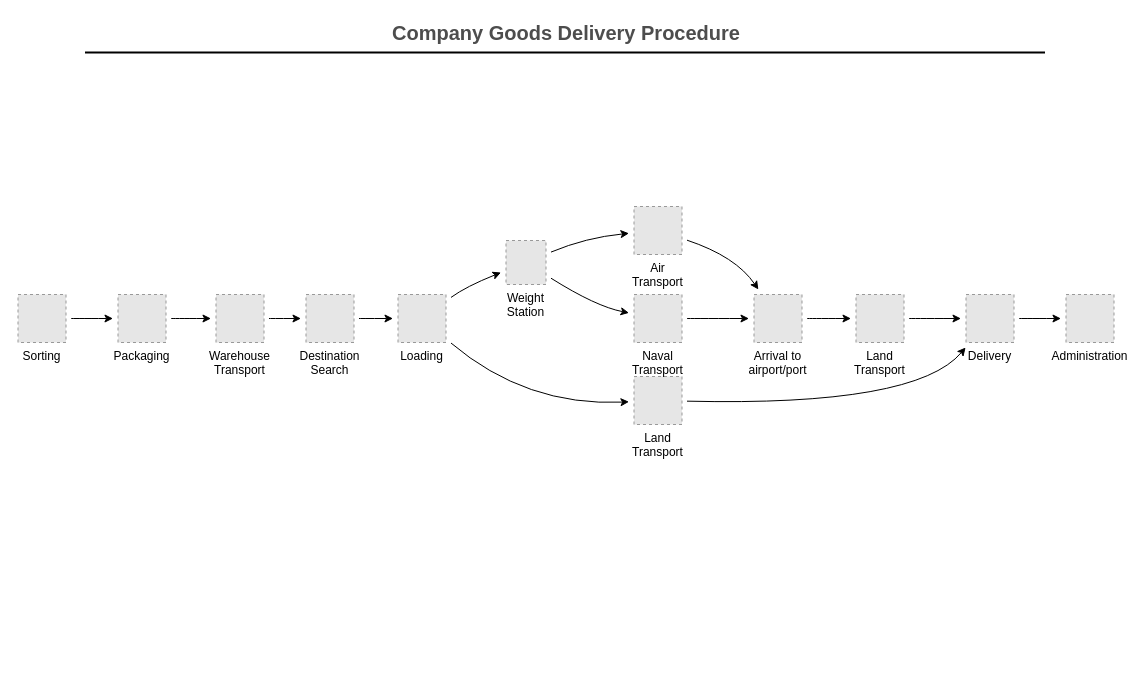
Above: resumen proyecto.drawio in lilitoones/ejercicios-open-bootcamp (draw.io), before the change. Source tidied: cells renumbered, new cells numbered last; positions are measured from the earlier drawing's top-left corner, leaving out a move shared by most shapes. Both pictures are drawn from the tidied source at 100%, with x=0, y=0 at pixel (17, 17). Pictures stored in the file or linked from it are replaced by grey dashed boxes.
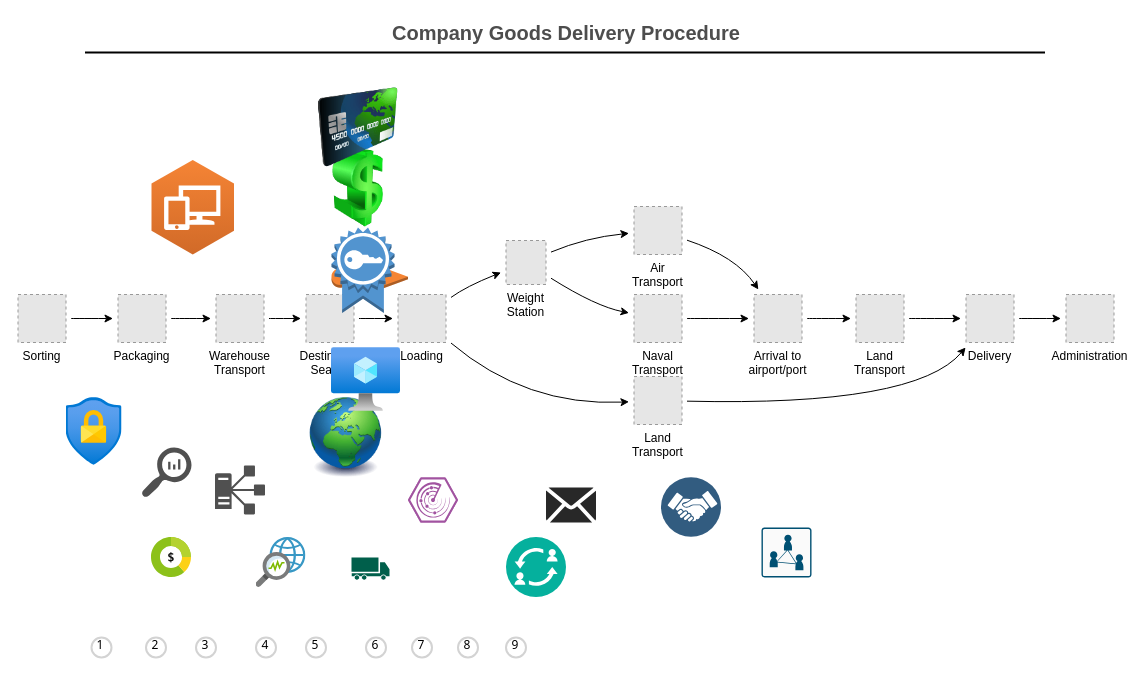
After the change.

Change to the diagram source:
```diff
@@
+    <mxCell id="31" style="image;html=1;image=img/lib/clip_art/finance/Dollar_128x128.png;" parent="1" vertex="1">
+      <mxGeometry x="300.5" y="130" width="80" height="80" as="geometry" />
+    </mxCell>
+    <mxCell id="32" style="image;html=1;image=img/lib/clip_art/finance/Credit_Card_128x128.png;" parent="1" vertex="1">
+      <mxGeometry x="300.5" y="70" width="80" height="80" as="geometry" />
+    </mxCell>
+    <mxCell id="33" style="image;html=1;image=img/lib/clip_art/general/Earth_globe_128x128.png;" parent="1" vertex="1">
+      <mxGeometry x="288.5" y="380" width="80" height="80" as="geometry" />
+    </mxCell>
+    <mxCell id="34" style="dashed=0;verticalLabelPosition=bottom;verticalAlign=top;align=center;html=1;shape=mxgraph.aws3.elastic_ip;fillColor=#F58534;gradientColor=none;" parent="1" vertex="1">
+      <mxGeometry x="314" y="250" width="76.5" height="21" as="geometry" />
+    </mxCell>
+    <mxCell id="35" style="dashed=0;verticalLabelPosition=bottom;verticalAlign=top;align=center;html=1;shape=mxgraph.aws3.workspaces;fillColor=#D16A28;gradientColor=#F58435;gradientDirection=north;" parent="1" vertex="1">
+      <mxGeometry x="134" y="142.5" width="82.5" height="94.5" as="geometry" />
+    </mxCell>
+    <mxCell id="36" style="dashed=0;verticalLabelPosition=bottom;verticalAlign=top;align=center;html=1;shape=mxgraph.aws3.certificate;fillColor=#5294CF;gradientColor=none;" parent="1" vertex="1">
+      <mxGeometry x="314" y="210" width="63" height="85.5" as="geometry" />
+    </mxCell>
+    <mxCell id="37" style="html=1;align=center;image;fontSize=12;image=img/lib/azure2/compute/Virtual_Machine.svg;" parent="1" vertex="1">
+      <mxGeometry x="314" y="330" width="69" height="64" as="geometry" />
+    </mxCell>
+    <mxCell id="38" style="html=1;align=center;image;fontSize=12;image=img/lib/azure2/security/Conditional_Access.svg;" parent="1" vertex="1">
+      <mxGeometry x="48.5" y="380" width="56" height="68" as="geometry" />
+    </mxCell>
+    <mxCell id="39" style="sketch=0;shadow=0;dashed=0;html=1;strokeColor=none;labelPosition=center;verticalLabelPosition=bottom;verticalAlign=top;align=center;fillColor=#505050;shape=mxgraph.mscae.oms.log_search;" parent="1" vertex="1">
+      <mxGeometry x="124" y="430" width="50" height="50" as="geometry" />
+    </mxCell>
+    <mxCell id="40" style="sketch=0;shadow=0;dashed=0;html=1;strokeColor=none;labelPosition=center;verticalLabelPosition=bottom;verticalAlign=top;align=center;fillColor=#505050;shape=mxgraph.mscae.oms.dependency_monitor;" parent="1" vertex="1">
+      <mxGeometry x="197.5" y="448" width="50" height="49" as="geometry" />
+    </mxCell>
+    <mxCell id="41" style="sketch=0;html=1;align=center;image;fontSize=12;image=img/lib/mscae/BillingHub.svg;" parent="1" vertex="1">
+      <mxGeometry x="134" y="520" width="40" height="40" as="geometry" />
+    </mxCell>
+    <mxCell id="42" style="sketch=0;html=1;align=center;image;fontSize=12;image=img/lib/mscae/Network_watcher.svg;" parent="1" vertex="1">
+      <mxGeometry x="238.5" y="520" width="50" height="50" as="geometry" />
+    </mxCell>
+    <mxCell id="43" style="sketch=0;verticalLabelPosition=bottom;html=1;verticalAlign=top;align=center;shape=mxgraph.cisco19.rect;prIcon=multipoint_meeting_server;fillColor=#FAFAFA;strokeColor=#005073;" parent="1" vertex="1">
+      <mxGeometry x="744" y="510" width="50" height="50" as="geometry" />
+    </mxCell>
+    <mxCell id="44" style="verticalLabelPosition=bottom;sketch=0;html=1;fillColor=#A153A0;strokeColor=#ffffff;verticalAlign=top;align=center;shape=mxgraph.cisco_safe.compositeIcon;bgIcon=mxgraph.cisco_safe.design.blank_device;resIcon=mxgraph.cisco_safe.design.tetration_agent;" parent="1" vertex="1">
+      <mxGeometry x="390.5" y="460" width="50" height="45" as="geometry" />
+    </mxCell>
+    <mxCell id="45" style="verticalLabelPosition=bottom;sketch=0;html=1;fillColor=#282828;strokeColor=none;verticalAlign=top;align=center;shape=mxgraph.cisco_safe.iot_things_icons.icon34;" parent="1" vertex="1">
+      <mxGeometry x="528.5" y="470" width="50" height="35" as="geometry" />
+    </mxCell>
+    <mxCell id="46" style="perimeter=ellipsePerimeter;html=1;align=center;shadow=0;dashed=0;fontColor=#4277BB;labelBackgroundColor=#ffffff;fontSize=12;spacingTop=3;image;image=img/lib/ibm/blockchain/membership_services_provider_api.svg;" parent="1" vertex="1">
+      <mxGeometry x="644" y="460" width="60" height="60" as="geometry" />
+    </mxCell>
+    <mxCell id="47" style="perimeter=ellipsePerimeter;html=1;align=center;shadow=0;dashed=0;fontColor=#4277BB;labelBackgroundColor=#ffffff;fontSize=12;spacingTop=3;image;image=img/lib/ibm/blockchain/transaction_manager.svg;" parent="1" vertex="1">
+      <mxGeometry x="489" y="520" width="60" height="60" as="geometry" />
+    </mxCell>
+    <mxCell id="48" value="1" style="ellipse;whiteSpace=wrap;html=1;strokeWidth=2;fontFamily=Tahoma;spacingBottom=4;spacingRight=2;strokeColor=#d3d3d3;" parent="1" vertex="1">
+      <mxGeometry x="74" y="620" width="20" height="20" as="geometry" />
+    </mxCell>
+    <mxCell id="49" value="2" style="ellipse;whiteSpace=wrap;html=1;strokeWidth=2;fontFamily=Tahoma;spacingBottom=4;spacingRight=2;strokeColor=#d3d3d3;" parent="1" vertex="1">
+      <mxGeometry x="128.5" y="620" width="20" height="20" as="geometry" />
+    </mxCell>
+    <mxCell id="50" value="3" style="ellipse;whiteSpace=wrap;html=1;strokeWidth=2;fontFamily=Tahoma;spacingBottom=4;spacingRight=2;strokeColor=#d3d3d3;" parent="1" vertex="1">
+      <mxGeometry x="178.5" y="620" width="20" height="20" as="geometry" />
+    </mxCell>
+    <mxCell id="51" value="4" style="ellipse;whiteSpace=wrap;html=1;strokeWidth=2;fontFamily=Tahoma;spacingBottom=4;spacingRight=2;strokeColor=#d3d3d3;" parent="1" vertex="1">
+      <mxGeometry x="238.5" y="620" width="20" height="20" as="geometry" />
+    </mxCell>
+    <mxCell id="52" value="5" style="ellipse;whiteSpace=wrap;html=1;strokeWidth=2;fontFamily=Tahoma;spacingBottom=4;spacingRight=2;strokeColor=#d3d3d3;" parent="1" vertex="1">
+      <mxGeometry x="288.5" y="620" width="20" height="20" as="geometry" />
+    </mxCell>
+    <mxCell id="53" value="6" style="ellipse;whiteSpace=wrap;html=1;strokeWidth=2;fontFamily=Tahoma;spacingBottom=4;spacingRight=2;strokeColor=#d3d3d3;" parent="1" vertex="1">
+      <mxGeometry x="348.5" y="620" width="20" height="20" as="geometry" />
+    </mxCell>
+    <mxCell id="54" value="7" style="ellipse;whiteSpace=wrap;html=1;strokeWidth=2;fontFamily=Tahoma;spacingBottom=4;spacingRight=2;strokeColor=#d3d3d3;" parent="1" vertex="1">
+      <mxGeometry x="394.5" y="620" width="20" height="20" as="geometry" />
+    </mxCell>
+    <mxCell id="55" value="8" style="ellipse;whiteSpace=wrap;html=1;strokeWidth=2;fontFamily=Tahoma;spacingBottom=4;spacingRight=2;strokeColor=#d3d3d3;" parent="1" vertex="1">
+      <mxGeometry x="440.5" y="620" width="20" height="20" as="geometry" />
+    </mxCell>
+    <mxCell id="56" value="9" style="ellipse;whiteSpace=wrap;html=1;strokeWidth=2;fontFamily=Tahoma;spacingBottom=4;spacingRight=2;strokeColor=#d3d3d3;" parent="1" vertex="1">
+      <mxGeometry x="488.5" y="620" width="20" height="20" as="geometry" />
+    </mxCell>
+    <mxCell id="57" style="sketch=0;shadow=0;dashed=0;html=1;strokeColor=none;fillColor=#005F4B;labelPosition=center;verticalLabelPosition=bottom;verticalAlign=top;align=center;shape=mxgraph.veeam2.transport;" parent="1" vertex="1">
+      <mxGeometry x="334" y="540" width="38" height="23" as="geometry" />
+    </mxCell>
```
